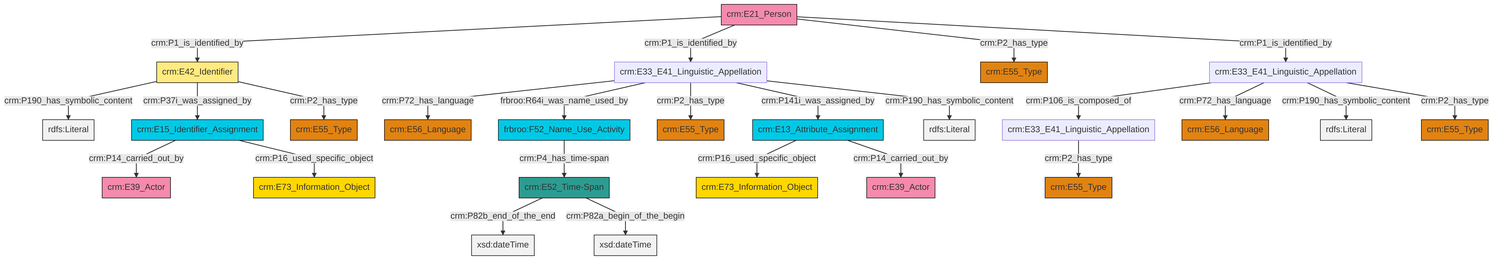
swiss-art-research-net/reference-data-models keeps this Mermaid diagram as et/personCSV/ttl/mmd/png/Person_Names_and_Classification.png. Above is the earlier version. Its source is kept beside it as et/personCSV/ttl/mmd/Person_Names_and_Classification.ttl.mmd.
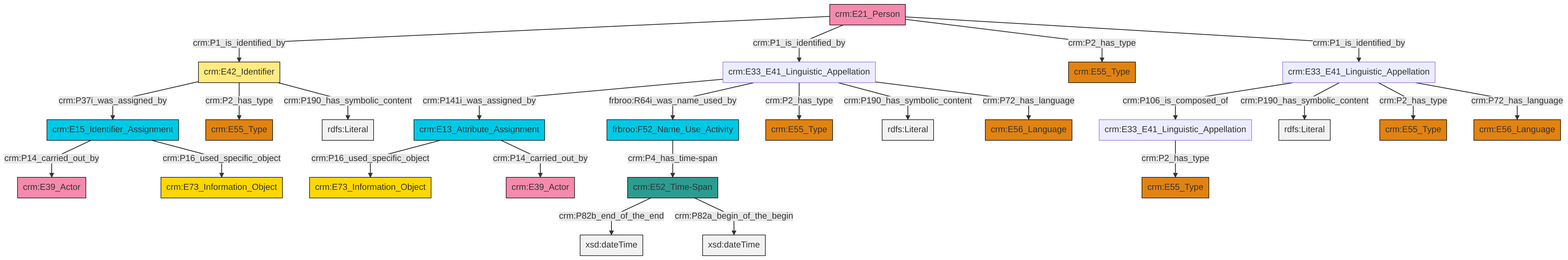
The same diagram one commit later.

Diff of the diagram source:
```diff
@@ -13,27 +13,27 @@
 classDef PC_Classes fill:#4ce600, stroke:#000000;
 classDef Multi fill:#cccccc,stroke:#000000;
 
-0["crm:E33_E41_Linguistic_Appellation"]:::Default -->|crm:P106_is_composed_of| 1["crm:E33_E41_Linguistic_Appellation"]:::Default
-2["crm:E42_Identifier"]:::Appellation -->|crm:P190_has_symbolic_content| 3[rdfs:Literal]:::Literal
-4["crm:E21_Person"]:::Actor -->|crm:P1_is_identified_by| 2["crm:E42_Identifier"]:::Appellation
-7["crm:E52_Time-Span"]:::Time-Span -->|crm:P82b_end_of_the_end| 8[xsd:dateTime]:::Literal
-9["crm:E33_E41_Linguistic_Appellation"]:::Default -->|crm:P72_has_language| 10["crm:E56_Language"]:::Type
-4["crm:E21_Person"]:::Actor -->|crm:P1_is_identified_by| 9["crm:E33_E41_Linguistic_Appellation"]:::Default
-4["crm:E21_Person"]:::Actor -->|crm:P2_has_type| 12["crm:E55_Type"]:::Type
-0["crm:E33_E41_Linguistic_Appellation"]:::Default -->|crm:P72_has_language| 17["crm:E56_Language"]:::Type
-9["crm:E33_E41_Linguistic_Appellation"]:::Default -->|frbroo:R64i_was_name_used_by| 19["frbroo:F52_Name_Use_Activity"]:::Temporal_Entity
-9["crm:E33_E41_Linguistic_Appellation"]:::Default -->|crm:P2_has_type| 22["crm:E55_Type"]:::Type
-25["crm:E15_Identifier_Assignment"]:::Temporal_Entity -->|crm:P14_carried_out_by| 26["crm:E39_Actor"]:::Actor
-0["crm:E33_E41_Linguistic_Appellation"]:::Default -->|crm:P190_has_symbolic_content| 27[rdfs:Literal]:::Literal
-28["crm:E13_Attribute_Assignment"]:::Temporal_Entity -->|crm:P16_used_specific_object| 14["crm:E73_Information_Object"]:::Conceptual_Object
-9["crm:E33_E41_Linguistic_Appellation"]:::Default -->|crm:P141i_was_assigned_by| 28["crm:E13_Attribute_Assignment"]:::Temporal_Entity
-1["crm:E33_E41_Linguistic_Appellation"]:::Default -->|crm:P2_has_type| 29["crm:E55_Type"]:::Type
-9["crm:E33_E41_Linguistic_Appellation"]:::Default -->|crm:P190_has_symbolic_content| 35[rdfs:Literal]:::Literal
-0["crm:E33_E41_Linguistic_Appellation"]:::Default -->|crm:P2_has_type| 5["crm:E55_Type"]:::Type
-2["crm:E42_Identifier"]:::Appellation -->|crm:P37i_was_assigned_by| 25["crm:E15_Identifier_Assignment"]:::Temporal_Entity
-19["frbroo:F52_Name_Use_Activity"]:::Temporal_Entity -->|crm:P4_has_time-span| 7["crm:E52_Time-Span"]:::Time-Span
-7["crm:E52_Time-Span"]:::Time-Span -->|crm:P82a_begin_of_the_begin| 39[xsd:dateTime]:::Literal
-28["crm:E13_Attribute_Assignment"]:::Temporal_Entity -->|crm:P14_carried_out_by| 20["crm:E39_Actor"]:::Actor
-25["crm:E15_Identifier_Assignment"]:::Temporal_Entity -->|crm:P16_used_specific_object| 41["crm:E73_Information_Object"]:::Conceptual_Object
-2["crm:E42_Identifier"]:::Appellation -->|crm:P2_has_type| 23["crm:E55_Type"]:::Type
-4["crm:E21_Person"]:::Actor -->|crm:P1_is_identified_by| 0["crm:E33_E41_Linguistic_Appellation"]:::Default
+2["crm:E21_Person"]:::Actor -->|crm:P1_is_identified_by| 3["crm:E42_Identifier"]:::Appellation
+3["crm:E42_Identifier"]:::Appellation -->|crm:P37i_was_assigned_by| 6["crm:E15_Identifier_Assignment"]:::Temporal_Entity
+3["crm:E42_Identifier"]:::Appellation -->|crm:P2_has_type| 7["crm:E55_Type"]:::Type
+2["crm:E21_Person"]:::Actor -->|crm:P1_is_identified_by| 8["crm:E33_E41_Linguistic_Appellation"]:::Default
+11["crm:E52_Time-Span"]:::Time-Span -->|crm:P82b_end_of_the_end| 12[xsd:dateTime]:::Literal
+16["crm:E13_Attribute_Assignment"]:::Temporal_Entity -->|crm:P16_used_specific_object| 17["crm:E73_Information_Object"]:::Conceptual_Object
+11["crm:E52_Time-Span"]:::Time-Span -->|crm:P82a_begin_of_the_begin| 19[xsd:dateTime]:::Literal
+8["crm:E33_E41_Linguistic_Appellation"]:::Default -->|crm:P141i_was_assigned_by| 16["crm:E13_Attribute_Assignment"]:::Temporal_Entity
+6["crm:E15_Identifier_Assignment"]:::Temporal_Entity -->|crm:P14_carried_out_by| 23["crm:E39_Actor"]:::Actor
+2["crm:E21_Person"]:::Actor -->|crm:P2_has_type| 26["crm:E55_Type"]:::Type
+20["frbroo:F52_Name_Use_Activity"]:::Temporal_Entity -->|crm:P4_has_time-span| 11["crm:E52_Time-Span"]:::Time-Span
+8["crm:E33_E41_Linguistic_Appellation"]:::Default -->|frbroo:R64i_was_name_used_by| 20["frbroo:F52_Name_Use_Activity"]:::Temporal_Entity
+34["crm:E33_E41_Linguistic_Appellation"]:::Default -->|crm:P106_is_composed_of| 0["crm:E33_E41_Linguistic_Appellation"]:::Default
+6["crm:E15_Identifier_Assignment"]:::Temporal_Entity -->|crm:P16_used_specific_object| 14["crm:E73_Information_Object"]:::Conceptual_Object
+34["crm:E33_E41_Linguistic_Appellation"]:::Default -->|crm:P190_has_symbolic_content| 38[rdfs:Literal]:::Literal
+16["crm:E13_Attribute_Assignment"]:::Temporal_Entity -->|crm:P14_carried_out_by| 36["crm:E39_Actor"]:::Actor
+8["crm:E33_E41_Linguistic_Appellation"]:::Default -->|crm:P2_has_type| 28["crm:E55_Type"]:::Type
+34["crm:E33_E41_Linguistic_Appellation"]:::Default -->|crm:P2_has_type| 4["crm:E55_Type"]:::Type
+8["crm:E33_E41_Linguistic_Appellation"]:::Default -->|crm:P190_has_symbolic_content| 40[rdfs:Literal]:::Literal
+2["crm:E21_Person"]:::Actor -->|crm:P1_is_identified_by| 34["crm:E33_E41_Linguistic_Appellation"]:::Default
+0["crm:E33_E41_Linguistic_Appellation"]:::Default -->|crm:P2_has_type| 9["crm:E55_Type"]:::Type
+8["crm:E33_E41_Linguistic_Appellation"]:::Default -->|crm:P72_has_language| 31["crm:E56_Language"]:::Type
+3["crm:E42_Identifier"]:::Appellation -->|crm:P190_has_symbolic_content| 44[rdfs:Literal]:::Literal
+34["crm:E33_E41_Linguistic_Appellation"]:::Default -->|crm:P72_has_language| 42["crm:E56_Language"]:::Type
```
